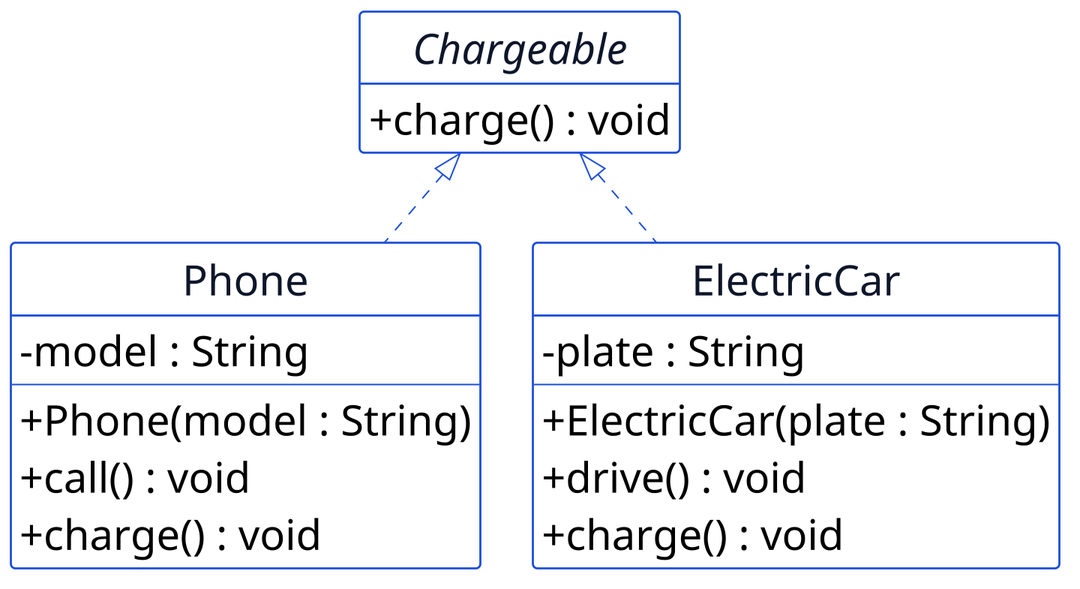
dhanifudin/oop keeps this PlantUML diagram as assets/uml/src/p09-chargeable.png. Above is the earlier version.
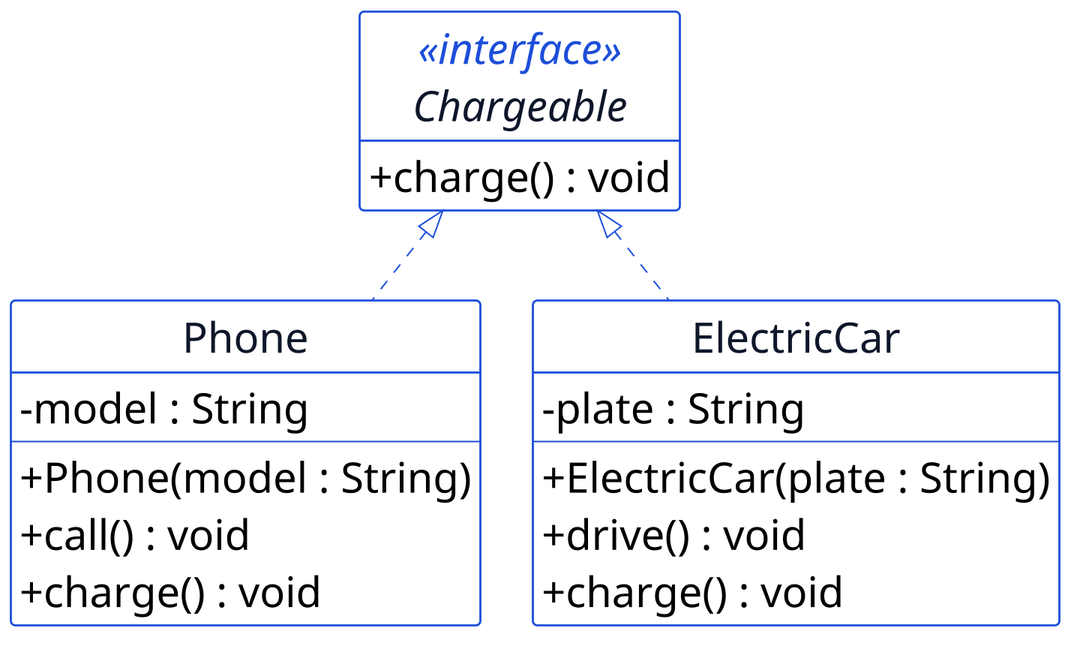
The same diagram one commit later.

What changed in the source:
```diff
@@ -4,7 +4,7 @@
 hide circle
 hide empty members
 
-interface Chargeable {
+interface Chargeable <<interface>> {
   + charge() : void
 }
 
```
